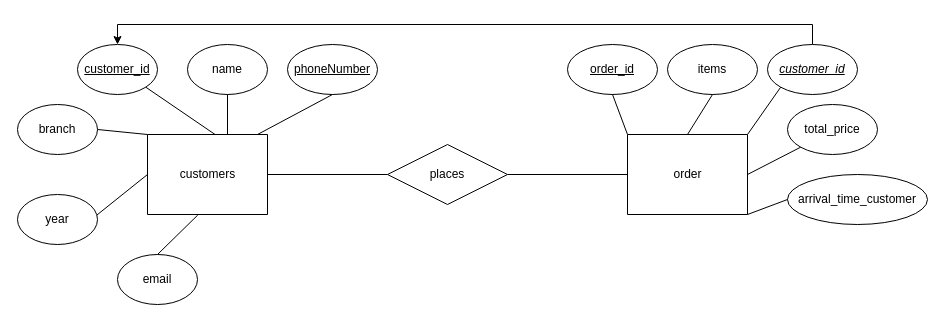
Before: model/Untitled Diagram.drawio in DebmalyaSen34/backend-things-preperly, a draw.io diagram. Source tidied: cells renumbered, new cells numbered last; positions are measured from the earlier drawing's top-left corner, leaving out a move shared by most shapes. Both pictures are drawn from the tidied source at 100%, with x=0, y=0 at pixel (17, 44).
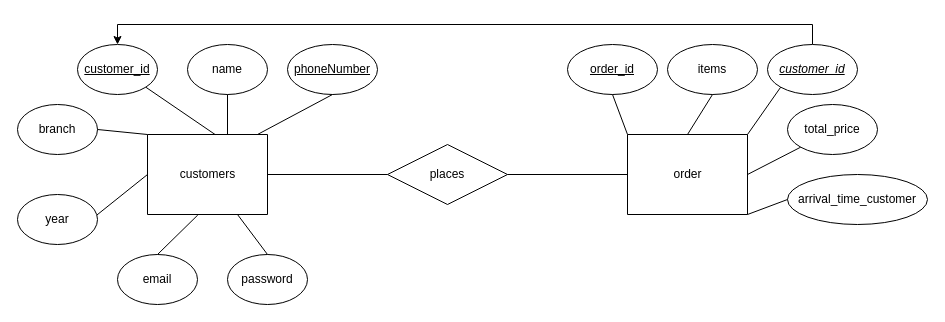
Above is the later version.

Unchanged cells that the change refers to:
```xml
<mxCell id="2" style="swimlane;startSize=0;" parent="1" vertex="1">
  <mxGeometry x="130" y="90" width="120" height="80" as="geometry" />
</mxCell>
```

The edit, as a diff of the source:
```diff
@@
+    <mxCell id="32" value="password" style="ellipse;whiteSpace=wrap;html=1;" parent="1" vertex="1">
+      <mxGeometry x="210" y="210" width="80" height="50" as="geometry" />
+    </mxCell>
+    <mxCell id="33" style="endArrow=none;html=1;rounded=0;entryX=0.5;entryY=0;entryDx=0;entryDy=0;exitX=0.75;exitY=1;exitDx=0;exitDy=0;" parent="1" edge="1" source="2" target="32">
+      <mxGeometry relative="1" as="geometry" />
+    </mxCell>
```
